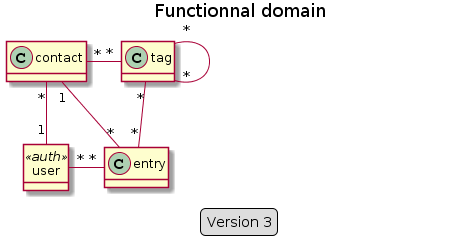
Earlier version of the PlantUML export doc/data_model/functional_model_light.png (freezed/ocp13).
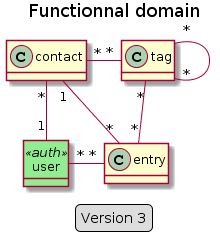
After the change.

Commit message:
Update data model v3 images

Diff of the diagram source:
```diff
@@ -2,17 +2,16 @@
 title Functionnal domain
 
 hide <<auth>> circle
-hide <<assoc>>
 hide empty methods
-
+skinparam class {
+    BackgroundColor<<auth>> lightgreen
+}
 
 
 class contact
 class entry
 class tag
 class user <<auth>>
-class contact_tag <<assoc>>
-class entry_tag <<assoc>>
 
 
 contact "1" -- "*" entry
@@ -22,7 +21,6 @@
 contact "*" -- "1" user
 user "*" - "*" entry
 
-
 legend
     Version 3
 endlegend
```
